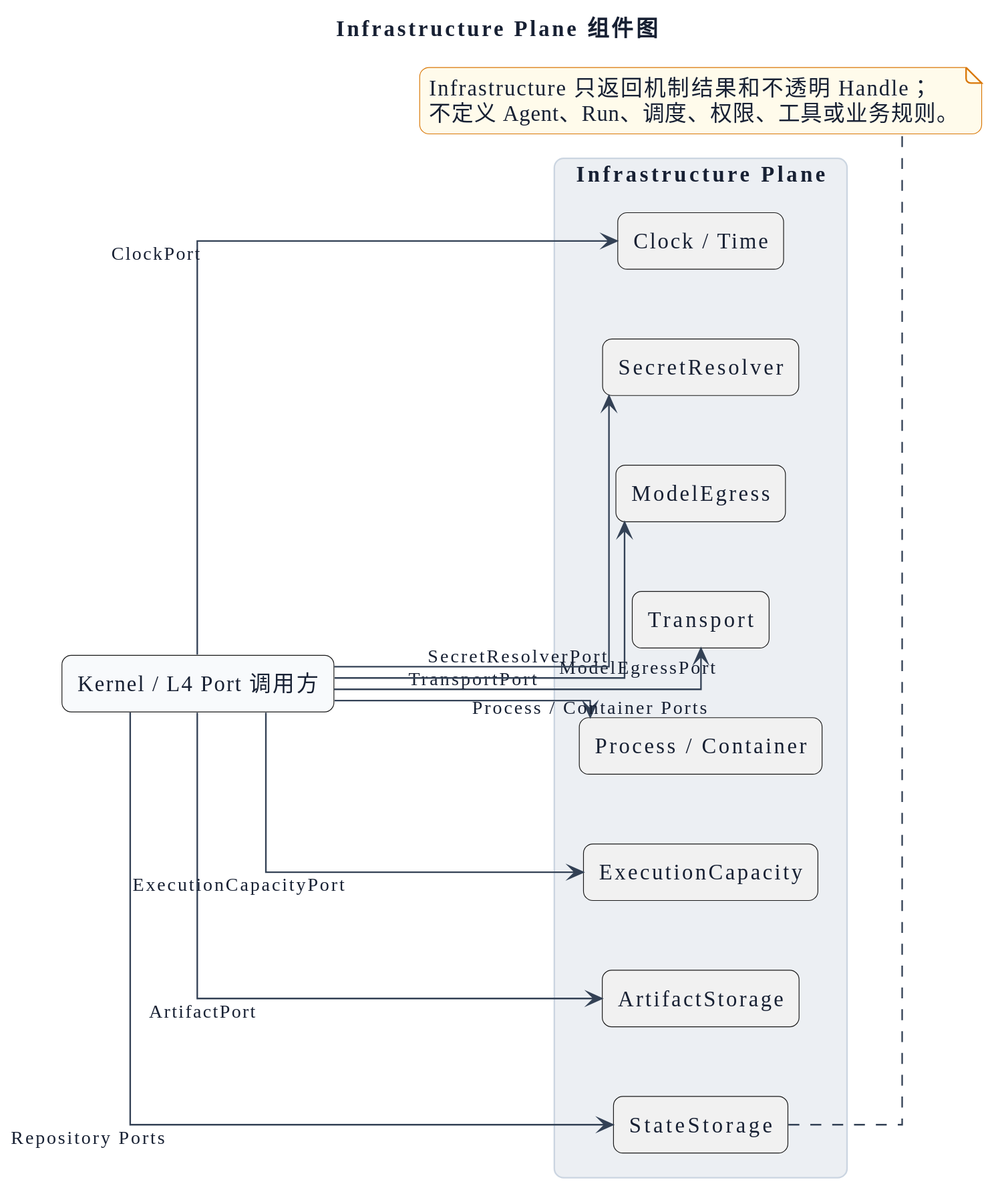
Before: packages/lawclaw-agent-kernel/docs/design/diagrams/rendered/layers/07-infrastructure-plane-components.svg, a diagram exported from PlantUML (OscarChang46/pi).
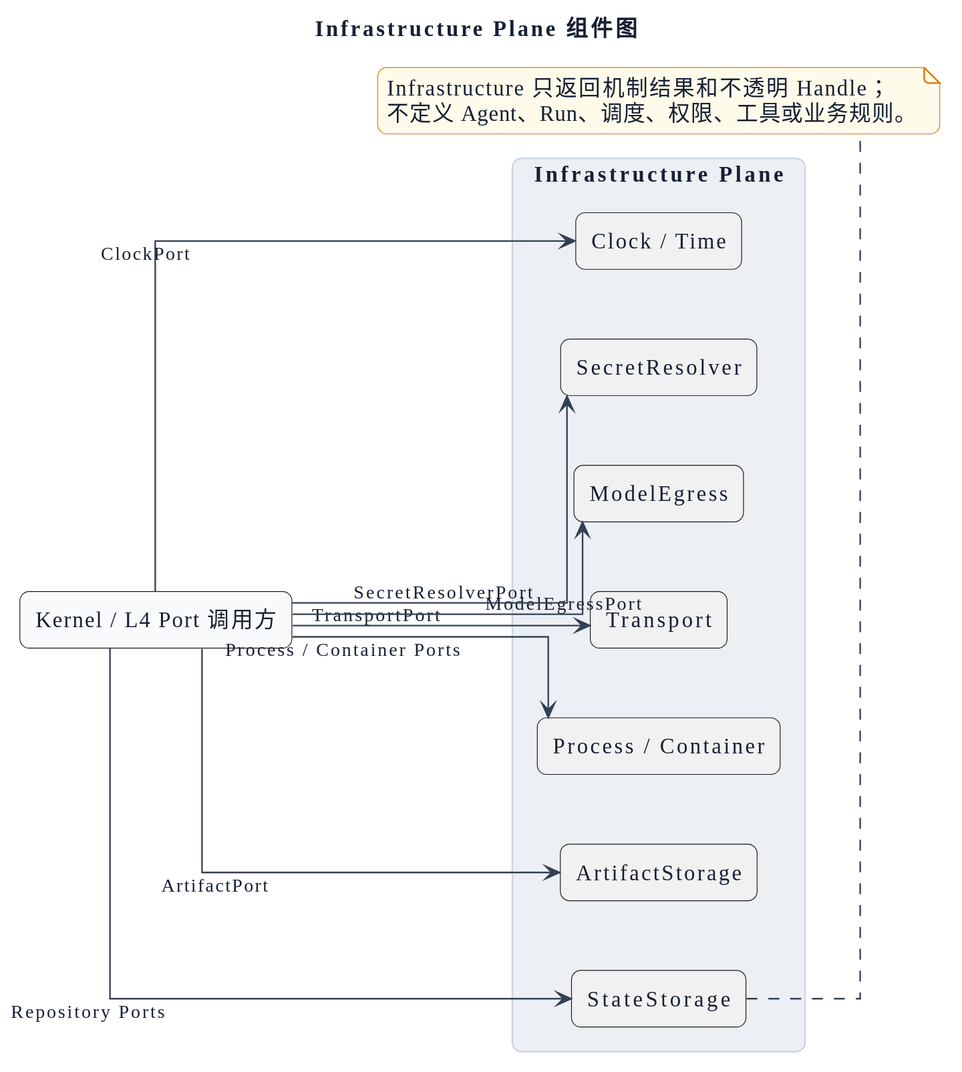
After the commit.

The edit, as a diff of the source:
```diff
@@ -7,7 +7,6 @@
 package "Infrastructure Plane" LC_INFRASTRUCTURE {
   component "StateStorage" as STATE
   component "ArtifactStorage" as ARTIFACT
-  component "ExecutionCapacity" as CAPACITY
   component "Process / Container" as PROCESS
   component "Transport" as TRANSPORT
   component "ModelEgress" as EGRESS
@@ -17,7 +16,6 @@
 
 KERNEL --> STATE : Repository Ports
 KERNEL --> ARTIFACT : ArtifactPort
-KERNEL --> CAPACITY : ExecutionCapacityPort
 KERNEL --> PROCESS : Process / Container Ports
 KERNEL --> TRANSPORT : TransportPort
 KERNEL --> EGRESS : ModelEgressPort
```
